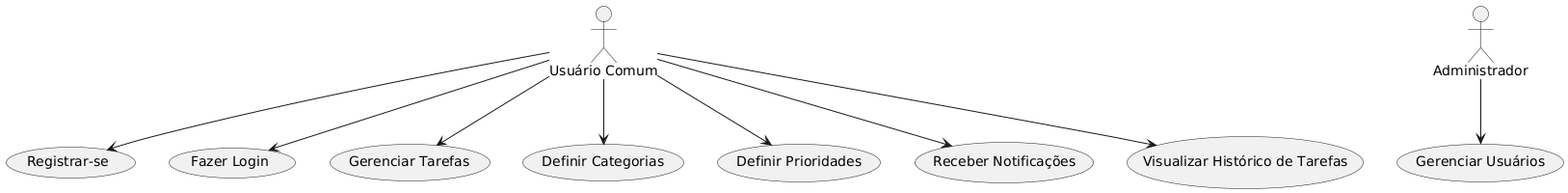
Earlier version of the PlantUML export ProjetoToDoListSENAI/docs/diagrams/diagrama_casos_de_uso.png (MatheusFranciscoLS/ProjetosNodeJS).
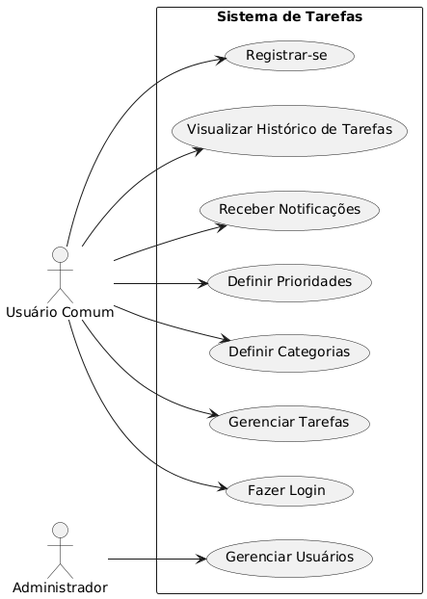
After the change.

What changed in the source:
```diff
@@ -1,6 +1,19 @@
 @startuml
+left to right direction
+
 actor "Usuário Comum" as User
 actor "Administrador" as Admin
+
+rectangle "Sistema de Tarefas" {
+    (Registrar-se)
+    (Fazer Login)
+    (Gerenciar Tarefas)
+    (Definir Categorias)
+    (Definir Prioridades)
+    (Receber Notificações)
+    (Visualizar Histórico de Tarefas)
+    (Gerenciar Usuários)
+}
 
 User --> (Registrar-se)
 User --> (Fazer Login)
```
